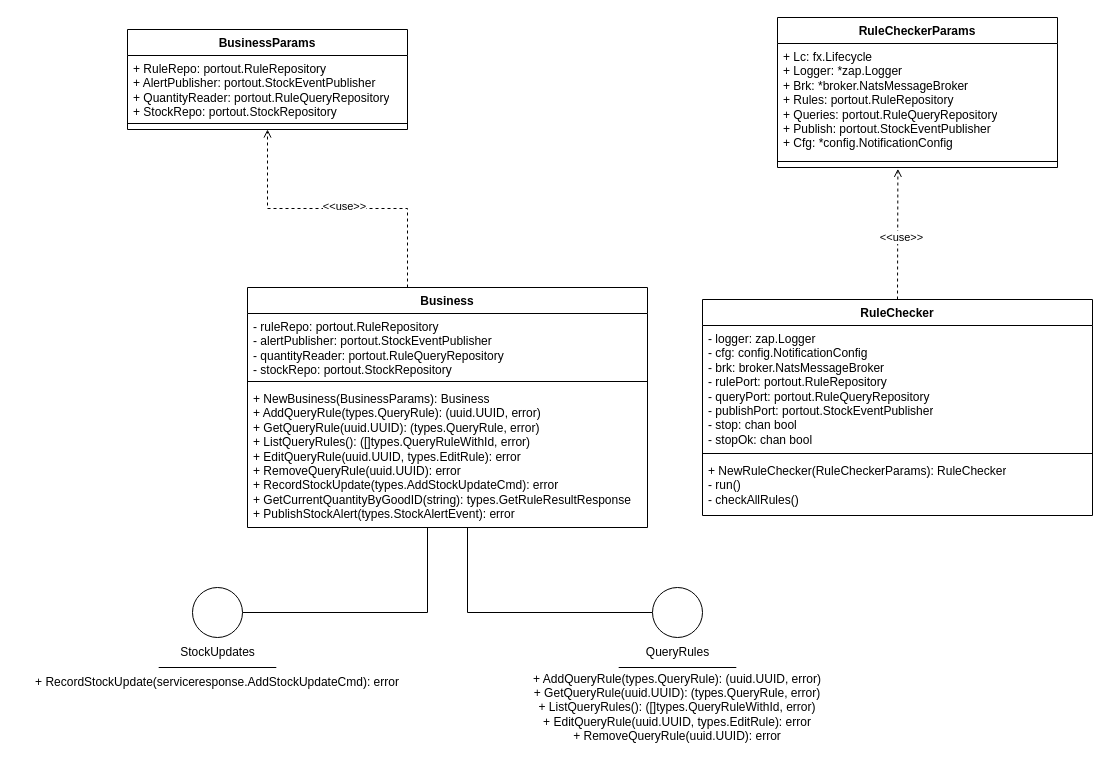
Above: page "business" (3 of 4) of assets/drawio/notification.drawio in alimitedgroup/alimitedgroup.github.io (draw.io), before the change. Source tidied: cells renumbered, new cells numbered last; positions are measured from the earlier drawing's top-left corner, leaving out a move shared by most shapes. Both pictures are drawn from the tidied source at 100%, with x=0, y=0 at pixel (17, 17).
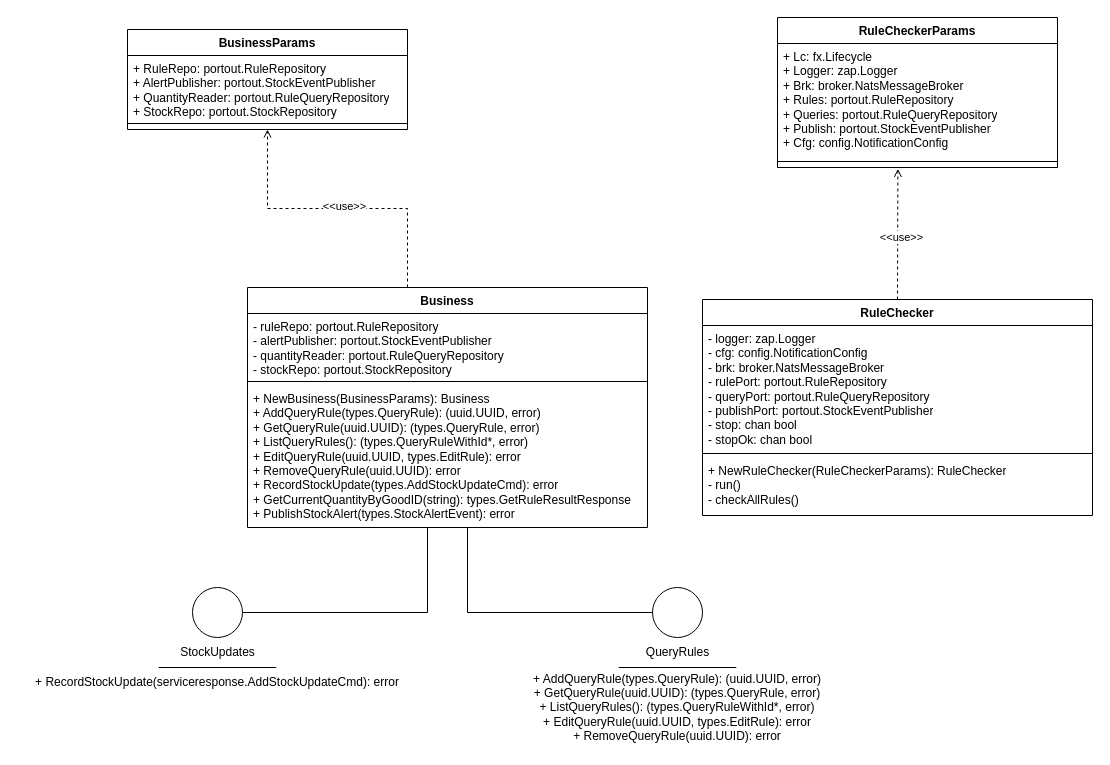
After the change.

Commit message (it also covers changes not shown here):
fix array types in UML

The change refers to these unchanged cells:
```xml
<mxCell id="4" value="Business" style="swimlane;fontStyle=1;align=center;verticalAlign=top;horizontal=1;startSize=26;whiteSpace=wrap;html=1;" parent="1" vertex="1">
  <mxGeometry x="230" y="270" width="400" height="240" as="geometry" />
</mxCell>
<mxCell id="26" value="RuleCheckerParams" style="swimlane;fontStyle=1;align=center;verticalAlign=top;horizontal=1;startSize=26;whiteSpace=wrap;html=1;" parent="1" vertex="1">
  <mxGeometry x="760" width="280" height="150" as="geometry" />
</mxCell>
```

Change to the diagram source:
```diff
@@
-    <mxCell id="7" value="+ NewBusiness(BusinessParams): Business&lt;br&gt;+ AddQueryRule(types.QueryRule): (uuid.UUID, error)&lt;br&gt;+ GetQueryRule(uuid.UUID): (types.QueryRule, error)&lt;br&gt;+ ListQueryRules(): ([]types.QueryRuleWithId, error)&lt;br&gt;+ EditQueryRule(uuid.UUID, types.EditRule): error&lt;br&gt;+ RemoveQueryRule(uuid.UUID): error&lt;br&gt;+ RecordStockUpdate(types.AddStockUpdateCmd): error&lt;br&gt;+ GetCurrentQuantityByGoodID(string): types.GetRuleResultResponse&lt;br&gt;+ PublishStockAlert(types.StockAlertEvent): error" style="text;strokeColor=none;fillColor=none;align=left;verticalAlign=top;spacingLeft=4;spacingRight=4;overflow=hidden;whiteSpace=wrap;html=1;" parent="4" vertex="1">
+    <mxCell id="7" value="+ NewBusiness(BusinessParams): Business&lt;br&gt;+ AddQueryRule(types.QueryRule): (uuid.UUID, error)&lt;br&gt;+ GetQueryRule(uuid.UUID): (types.QueryRule, error)&lt;br&gt;+ ListQueryRules(): (types.QueryRuleWithId*, error)&lt;br&gt;+ EditQueryRule(uuid.UUID, types.EditRule): error&lt;br&gt;+ RemoveQueryRule(uuid.UUID): error&lt;br&gt;+ RecordStockUpdate(types.AddStockUpdateCmd): error&lt;br&gt;+ GetCurrentQuantityByGoodID(string): types.GetRuleResultResponse&lt;br&gt;+ PublishStockAlert(types.StockAlertEvent): error" style="text;strokeColor=none;fillColor=none;align=left;verticalAlign=top;spacingLeft=4;spacingRight=4;overflow=hidden;whiteSpace=wrap;html=1;" parent="4" vertex="1">
       <mxGeometry y="98" width="400" height="142" as="geometry" />
     </mxCell>
@@
-    <mxCell id="16" value="+ AddQueryRule(types.QueryRule): (uuid.UUID, error)&lt;br&gt;+ GetQueryRule(uuid.UUID): (types.QueryRule, error)&lt;br&gt;+ ListQueryRules(): ([]types.QueryRuleWithId, error)&lt;br&gt;+ EditQueryRule(uuid.UUID, types.EditRule): error&lt;br&gt;+ RemoveQueryRule(uuid.UUID): error" style="text;html=1;align=center;verticalAlign=middle;whiteSpace=wrap;rounded=0;" parent="1" vertex="1">
+    <mxCell id="16" value="+ AddQueryRule(types.QueryRule): (uuid.UUID, error)&lt;br&gt;+ GetQueryRule(uuid.UUID): (types.QueryRule, error)&lt;br&gt;+ ListQueryRules(): (types.QueryRuleWithId*, error)&lt;br&gt;+ EditQueryRule(uuid.UUID, types.EditRule): error&lt;br&gt;+ RemoveQueryRule(uuid.UUID): error" style="text;html=1;align=center;verticalAlign=middle;whiteSpace=wrap;rounded=0;" parent="1" vertex="1">
       <mxGeometry x="460" y="650" width="400" height="80" as="geometry" />
     </mxCell>
@@
-    <mxCell id="27" value="&lt;div&gt;+ Lc: fx.Lifecycle&lt;/div&gt;&lt;div&gt;&lt;span style=&quot;background-color: transparent; color: light-dark(rgb(0, 0, 0), rgb(255, 255, 255));&quot;&gt;+ Logger: *zap.Logger&lt;/span&gt;&lt;/div&gt;&lt;div&gt;&lt;span style=&quot;white-space: normal;&quot;&gt;+ Brk: *broker.NatsMessageBroker&lt;/span&gt;&lt;/div&gt;&lt;div&gt;&lt;span style=&quot;white-space: normal;&quot;&gt;+ Rules: portout.&lt;/span&gt;&lt;span style=&quot;background-color: transparent;&quot;&gt;RuleRepository&lt;/span&gt;&lt;/div&gt;&lt;div&gt;&lt;span style=&quot;white-space: normal;&quot;&gt;+ Queries: portout.RuleQueryRepository&lt;/span&gt;&lt;/div&gt;&lt;div&gt;&lt;span style=&quot;white-space: normal;&quot;&gt;+ Publish: portout.StockEventPublisher&lt;/span&gt;&lt;/div&gt;&lt;div&gt;&lt;span style=&quot;white-space: normal;&quot;&gt;+ Cfg: *config.NotificationConfig&lt;/span&gt;&lt;/div&gt;" style="text;strokeColor=none;fillColor=none;align=left;verticalAlign=top;spacingLeft=4;spacingRight=4;overflow=hidden;whiteSpace=wrap;html=1;" parent="26" vertex="1">
+    <mxCell id="27" value="&lt;div&gt;+ Lc: fx.Lifecycle&lt;/div&gt;&lt;div&gt;&lt;span style=&quot;background-color: transparent; color: light-dark(rgb(0, 0, 0), rgb(255, 255, 255));&quot;&gt;+ Logger: zap.Logger&lt;/span&gt;&lt;/div&gt;&lt;div&gt;&lt;span style=&quot;white-space: normal;&quot;&gt;+ Brk: broker.NatsMessageBroker&lt;/span&gt;&lt;/div&gt;&lt;div&gt;&lt;span style=&quot;white-space: normal;&quot;&gt;+ Rules: portout.&lt;/span&gt;&lt;span style=&quot;background-color: transparent;&quot;&gt;RuleRepository&lt;/span&gt;&lt;/div&gt;&lt;div&gt;&lt;span style=&quot;white-space: normal;&quot;&gt;+ Queries: portout.RuleQueryRepository&lt;/span&gt;&lt;/div&gt;&lt;div&gt;&lt;span style=&quot;white-space: normal;&quot;&gt;+ Publish: portout.StockEventPublisher&lt;/span&gt;&lt;/div&gt;&lt;div&gt;&lt;span style=&quot;white-space: normal;&quot;&gt;+ Cfg: config.NotificationConfig&lt;/span&gt;&lt;/div&gt;" style="text;strokeColor=none;fillColor=none;align=left;verticalAlign=top;spacingLeft=4;spacingRight=4;overflow=hidden;whiteSpace=wrap;html=1;" parent="26" vertex="1">
       <mxGeometry y="26" width="280" height="114" as="geometry" />
     </mxCell>
```
